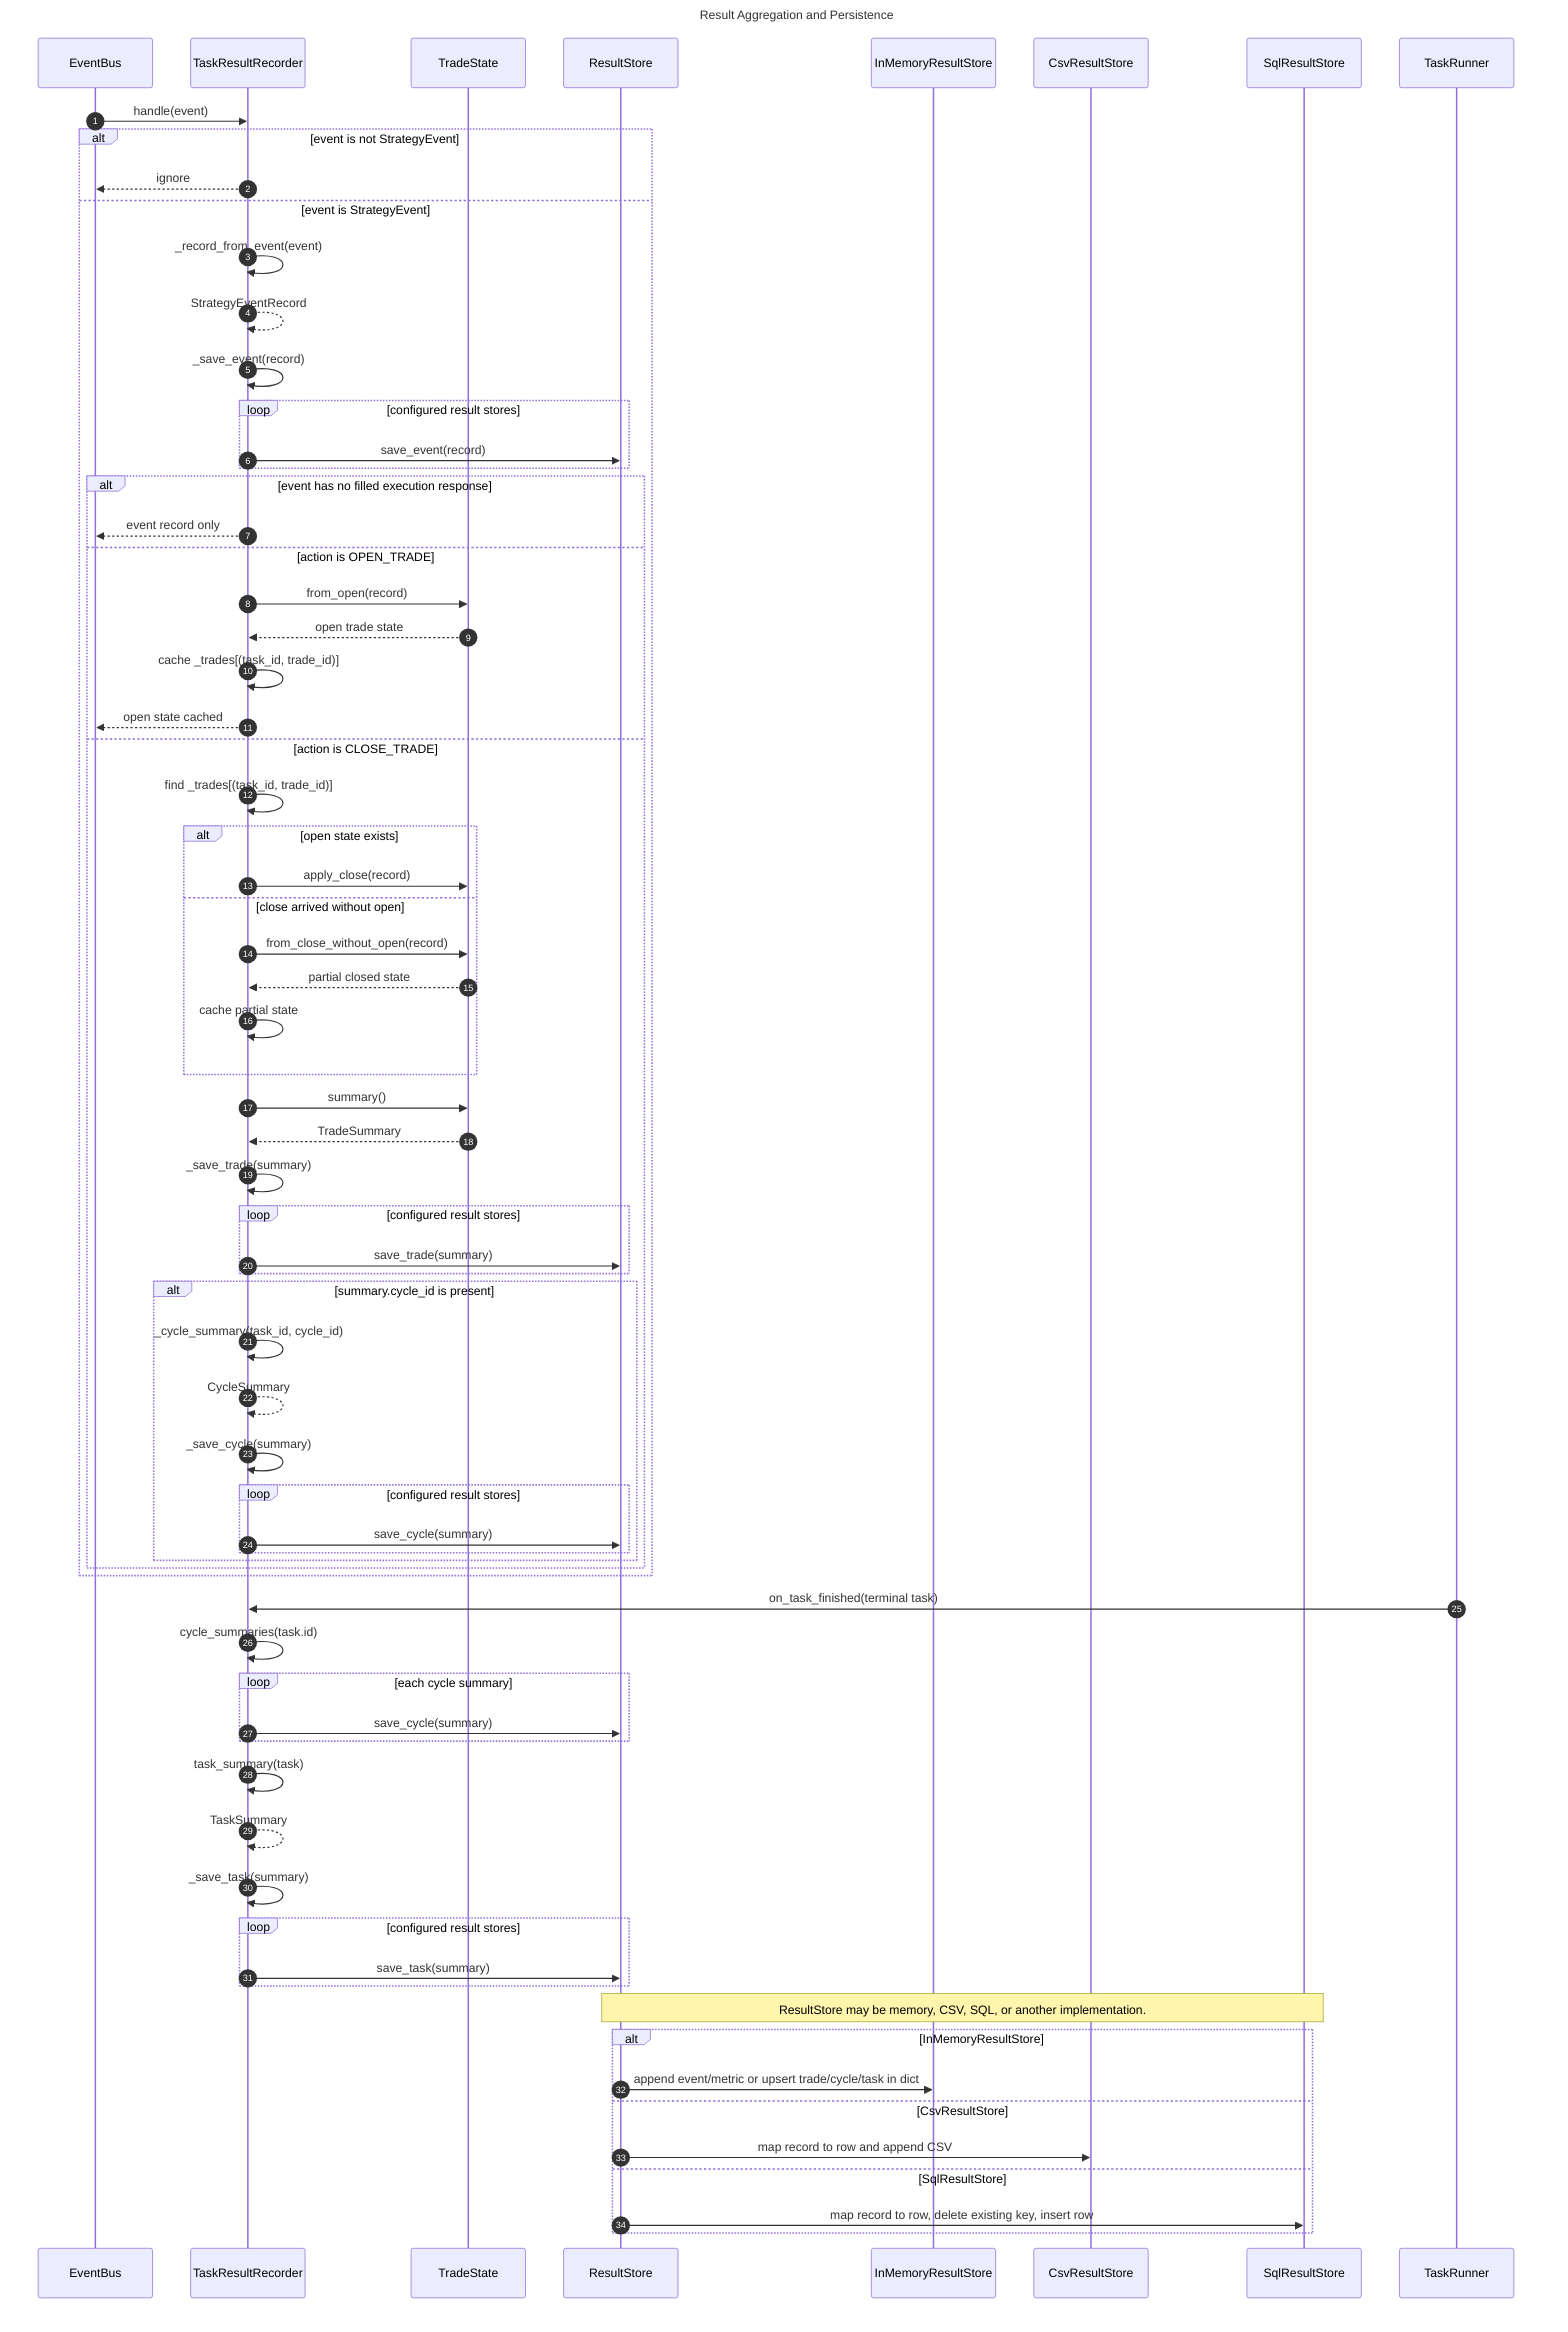
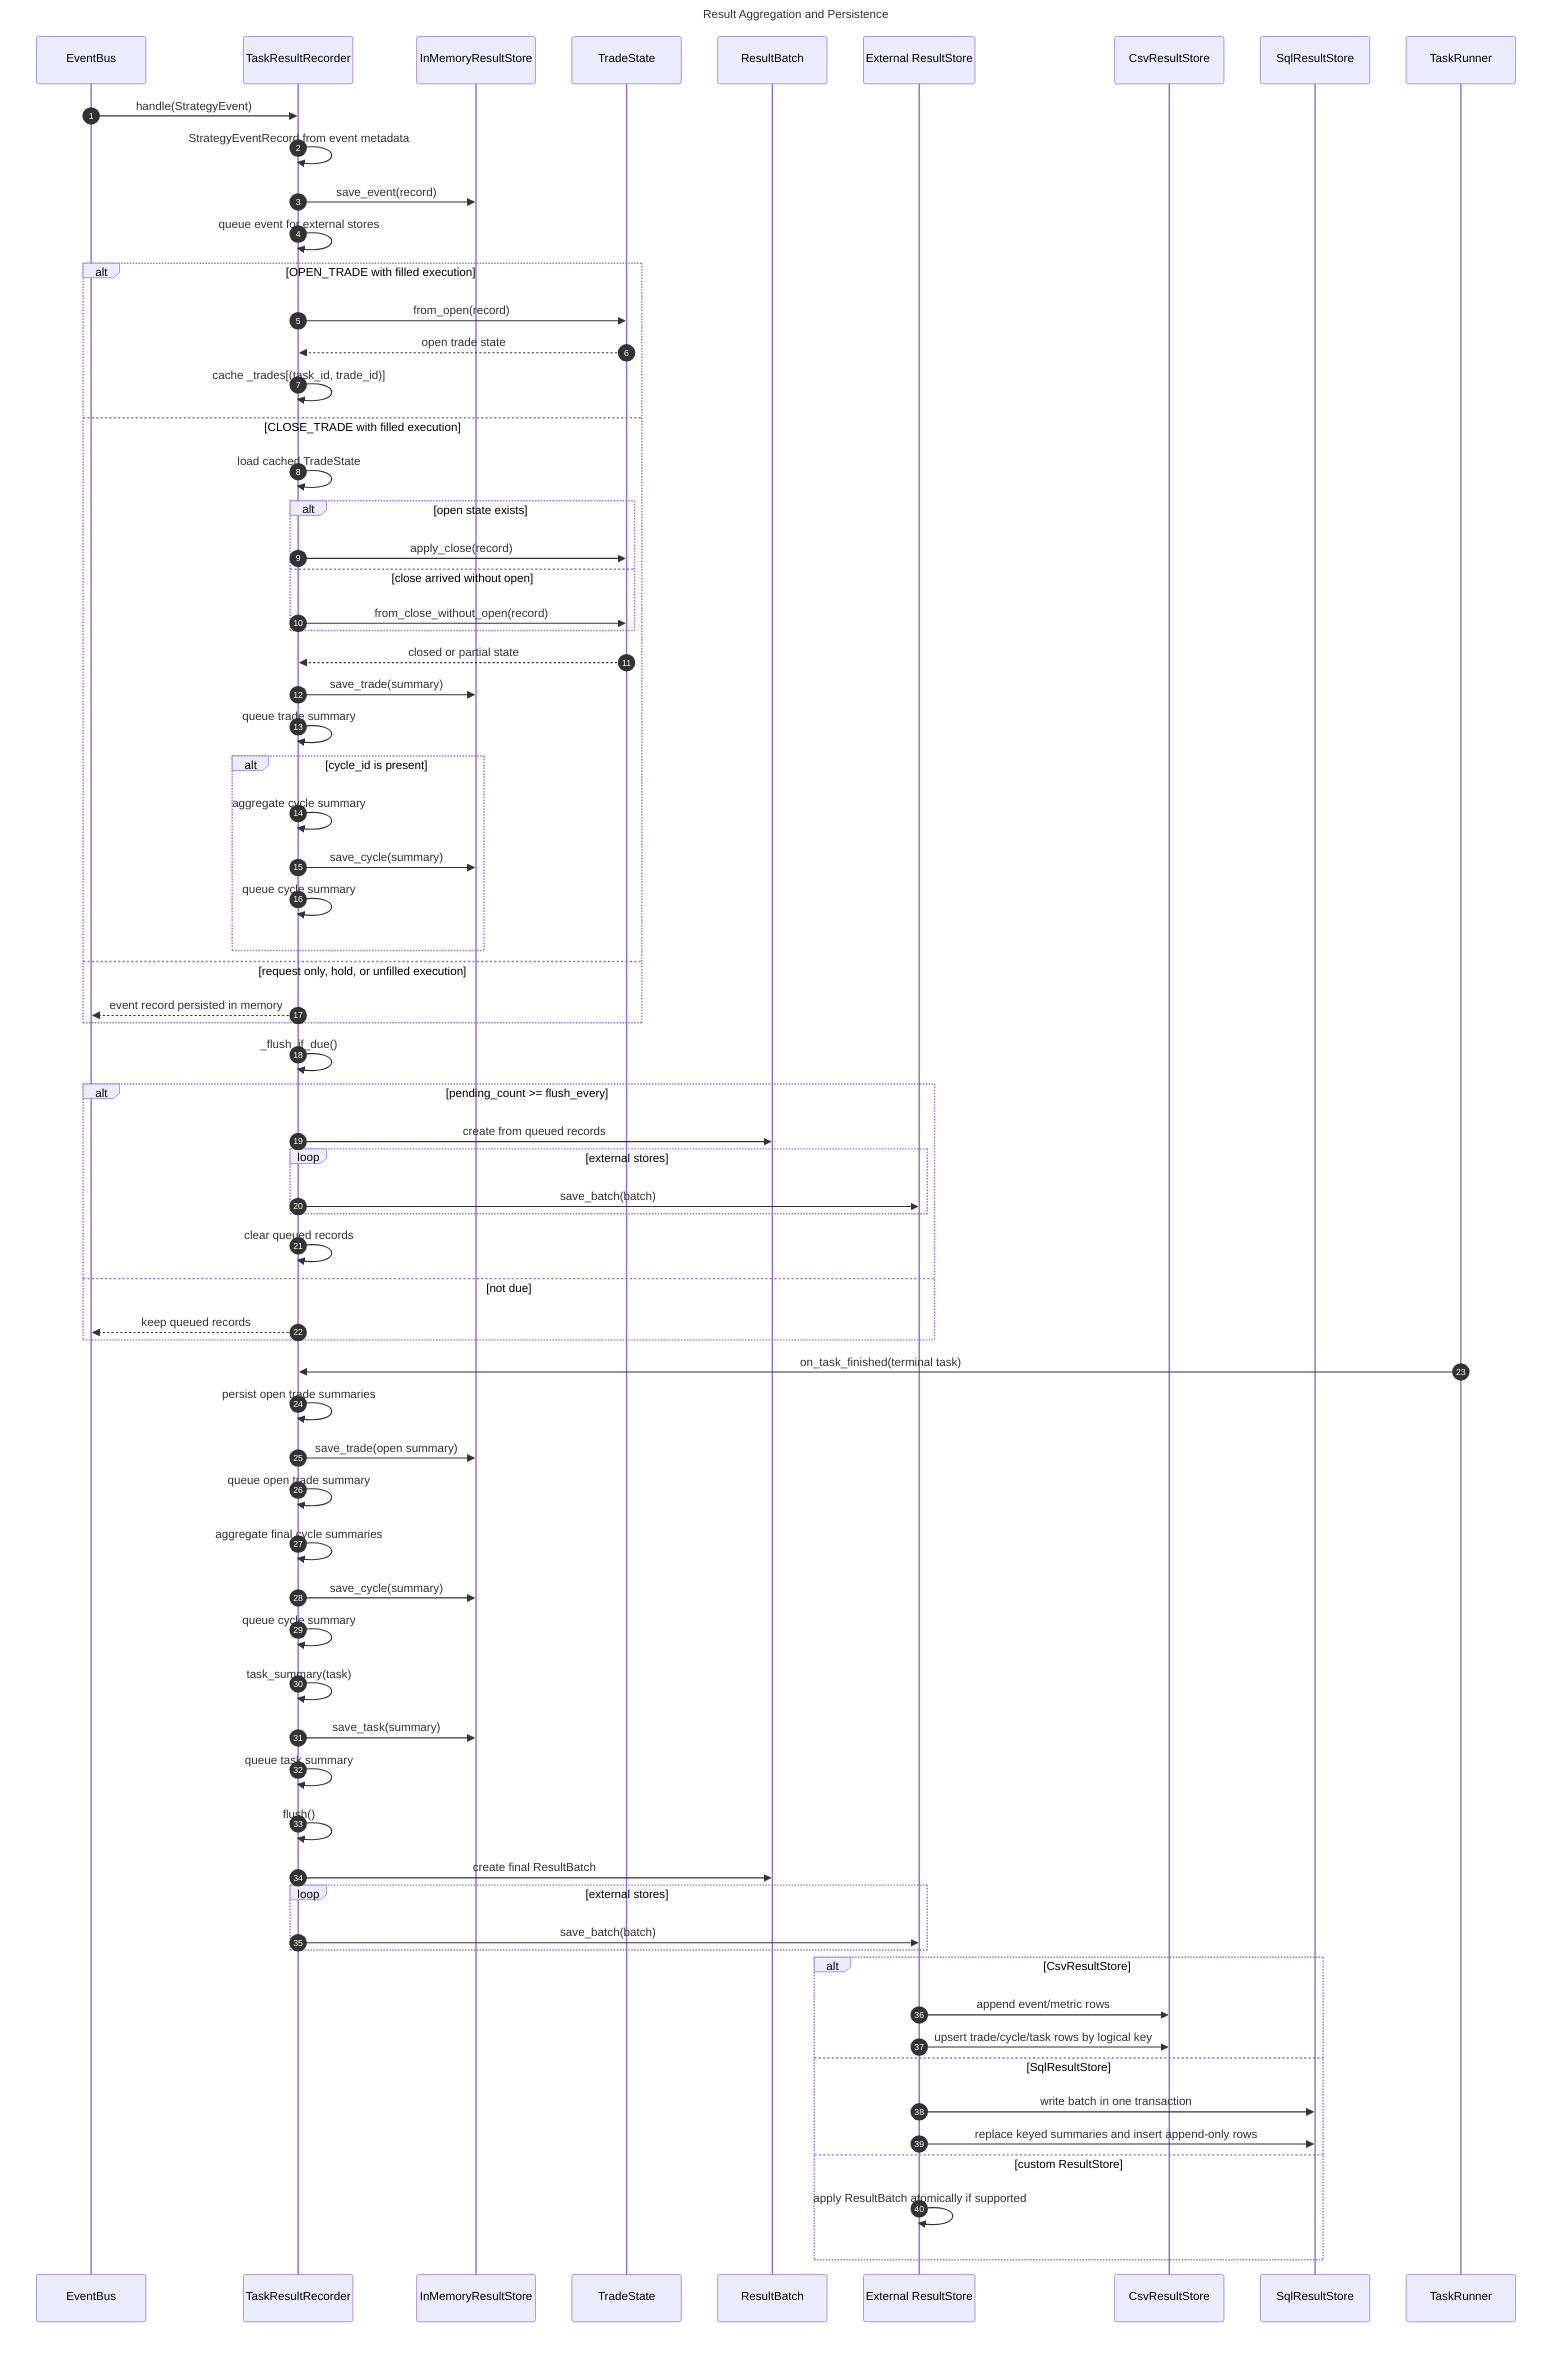
sequenceDiagram
    title Result Aggregation and Persistence
    autonumber

    participant Bus as EventBus
    participant Recorder as TaskResultRecorder
-     participant TradeState as TradeState
-     participant Store as ResultStore
    participant Memory as InMemoryResultStore
+     participant State as TradeState
+     participant Batch as ResultBatch
+     participant Store as External ResultStore
    participant Csv as CsvResultStore
    participant Sql as SqlResultStore
    participant Runner as TaskRunner

-     Bus->>Recorder: handle(event)
-     alt event is not StrategyEvent
-         Recorder-->>Bus: ignore
-     else event is StrategyEvent
-         Recorder->>Recorder: _record_from_event(event)
-         Recorder-->>Recorder: StrategyEventRecord
+     Bus->>Recorder: handle(StrategyEvent)
+     Recorder->>Recorder: StrategyEventRecord.from event metadata
+     Recorder->>Memory: save_event(record)
+     Recorder->>Recorder: queue event for external stores

-         Recorder->>Recorder: _save_event(record)
-         loop configured result stores
-             Recorder->>Store: save_event(record)
+     alt OPEN_TRADE with filled execution
+         Recorder->>State: from_open(record)
+         State-->>Recorder: open trade state
+         Recorder->>Recorder: cache _trades[(task_id, trade_id)]
+     else CLOSE_TRADE with filled execution
+         Recorder->>Recorder: load cached TradeState
+         alt open state exists
+             Recorder->>State: apply_close(record)
+         else close arrived without open
+             Recorder->>State: from_close_without_open(record)
        end
+         State-->>Recorder: closed or partial state
+         Recorder->>Memory: save_trade(summary)
+         Recorder->>Recorder: queue trade summary
+         alt cycle_id is present
+             Recorder->>Recorder: aggregate cycle summary
+             Recorder->>Memory: save_cycle(summary)
+             Recorder->>Recorder: queue cycle summary
+         end
+     else request only, hold, or unfilled execution
+         Recorder-->>Bus: event record persisted in memory
+     end

-         alt event has no filled execution response
-             Recorder-->>Bus: event record only
-         else action is OPEN_TRADE
-             Recorder->>TradeState: from_open(record)
-             TradeState-->>Recorder: open trade state
-             Recorder->>Recorder: cache _trades[(task_id, trade_id)]
-             Recorder-->>Bus: open state cached
-         else action is CLOSE_TRADE
-             Recorder->>Recorder: find _trades[(task_id, trade_id)]
-             alt open state exists
-                 Recorder->>TradeState: apply_close(record)
-             else close arrived without open
-                 Recorder->>TradeState: from_close_without_open(record)
-                 TradeState-->>Recorder: partial closed state
-                 Recorder->>Recorder: cache partial state
-             end
- 
-             Recorder->>TradeState: summary()
-             TradeState-->>Recorder: TradeSummary
-             Recorder->>Recorder: _save_trade(summary)
-             loop configured result stores
-                 Recorder->>Store: save_trade(summary)
-             end
- 
-             alt summary.cycle_id is present
-                 Recorder->>Recorder: _cycle_summary(task_id, cycle_id)
-                 Recorder-->>Recorder: CycleSummary
-                 Recorder->>Recorder: _save_cycle(summary)
-                 loop configured result stores
-                     Recorder->>Store: save_cycle(summary)
-                 end
-             end
+     Recorder->>Recorder: _flush_if_due()
+     alt pending_count >= flush_every
+         Recorder->>Batch: create from queued records
+         loop external stores
+             Recorder->>Store: save_batch(batch)
        end
+         Recorder->>Recorder: clear queued records
+     else not due
+         Recorder-->>Bus: keep queued records
    end

    Runner->>Recorder: on_task_finished(terminal task)
-     Recorder->>Recorder: cycle_summaries(task.id)
-     loop each cycle summary
-         Recorder->>Store: save_cycle(summary)
-     end
+     Recorder->>Recorder: persist open trade summaries
+     Recorder->>Memory: save_trade(open summary)
+     Recorder->>Recorder: queue open trade summary
+     Recorder->>Recorder: aggregate final cycle summaries
+     Recorder->>Memory: save_cycle(summary)
+     Recorder->>Recorder: queue cycle summary
    Recorder->>Recorder: task_summary(task)
-     Recorder-->>Recorder: TaskSummary
-     Recorder->>Recorder: _save_task(summary)
-     loop configured result stores
-         Recorder->>Store: save_task(summary)
+     Recorder->>Memory: save_task(summary)
+     Recorder->>Recorder: queue task summary
+     Recorder->>Recorder: flush()
+     Recorder->>Batch: create final ResultBatch
+     loop external stores
+         Recorder->>Store: save_batch(batch)
    end

-     Note over Store,Sql: ResultStore may be memory, CSV, SQL, or another implementation.
-     alt InMemoryResultStore
-         Store->>Memory: append event/metric or upsert trade/cycle/task in dict
-     else CsvResultStore
-         Store->>Csv: map record to row and append CSV
+     alt CsvResultStore
+         Store->>Csv: append event/metric rows
+         Store->>Csv: upsert trade/cycle/task rows by logical key
    else SqlResultStore
-         Store->>Sql: map record to row, delete existing key, insert row
+         Store->>Sql: write batch in one transaction
+         Store->>Sql: replace keyed summaries and insert append-only rows
+     else custom ResultStore
+         Store->>Store: apply ResultBatch atomically if supported
    end
